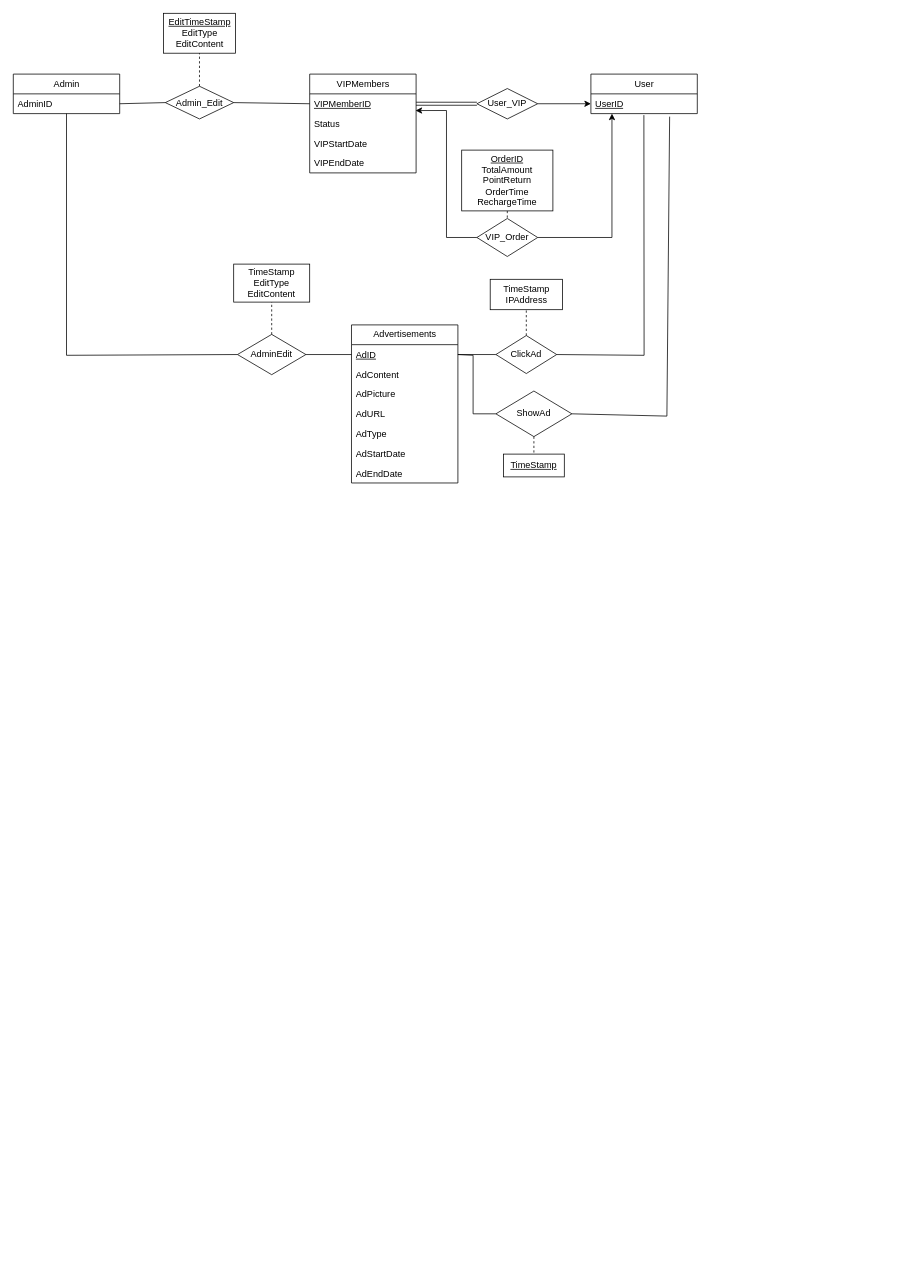
This is Resource/drawios/hjxGroup/第一小组E-R图.drawio from LucasFrancis23213/DatabaseCourseDesign, a draw.io file, before an edit. Source tidied: cells renumbered, new cells numbered last; positions are measured from the earlier drawing's top-left corner, leaving out a move shared by most shapes. Both pictures are drawn from the tidied source at 76%, with x=0, y=0 at pixel (13, 13).
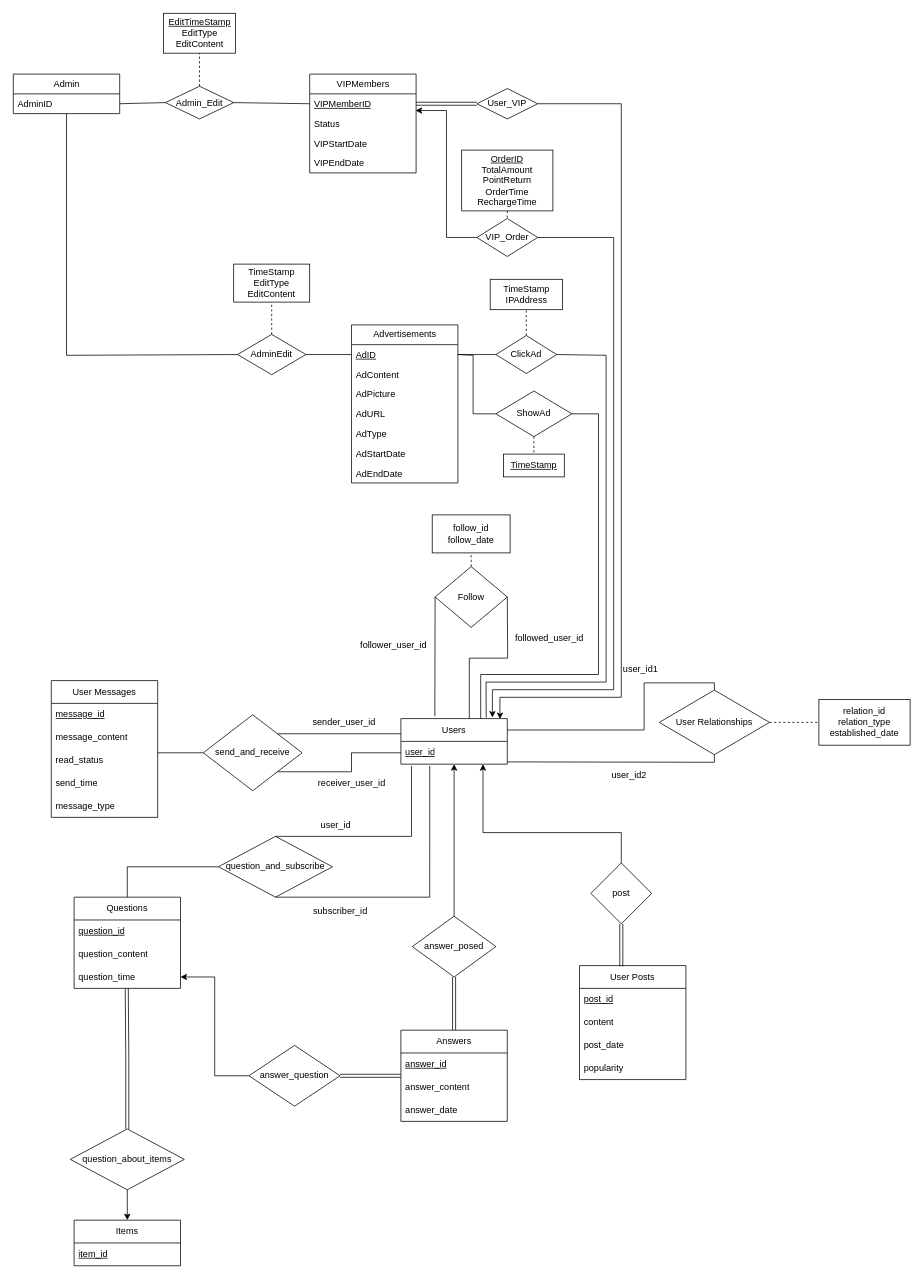
Above is the later version.

The change refers to these unchanged cells:
```xml
<mxCell id="8" value="User_VIP" style="rhombus;whiteSpace=wrap;html=1;" parent="1" vertex="1">
  <mxGeometry x="610" y="99" width="80" height="40" as="geometry" />
</mxCell>
<mxCell id="13" value="VIP_Order" style="rhombus;whiteSpace=wrap;html=1;" parent="1" vertex="1">
  <mxGeometry x="610" y="270" width="80" height="50" as="geometry" />
</mxCell>
<mxCell id="32" value="ShowAd" style="rhombus;whiteSpace=wrap;html=1;" parent="1" vertex="1">
  <mxGeometry x="635" y="497" width="100" height="60" as="geometry" />
</mxCell>
<mxCell id="35" value="ClickAd" style="rhombus;whiteSpace=wrap;html=1;" parent="1" vertex="1">
  <mxGeometry x="635" y="424" width="80" height="50" as="geometry" />
</mxCell>
```

Diff of the diagram source:
```diff
@@
-    <mxCell id="7" style="edgeStyle=orthogonalEdgeStyle;rounded=0;jettySize=auto;html=1;exitX=1;exitY=0.5;exitDx=0;exitDy=0;" parent="1" edge="1" source="8" target="10">
-      <mxGeometry relative="1" as="geometry" />
+    <mxCell id="7" style="edgeStyle=orthogonalEdgeStyle;rounded=0;jettySize=auto;html=1;exitX=1;exitY=0.5;exitDx=0;exitDy=0;entryX=0.931;entryY=0.011;entryDx=0;entryDy=0;entryPerimeter=0;" parent="1" edge="1" source="8" target="47">
+      <mxGeometry relative="1" as="geometry">
+        <Array as="points">
+          <mxPoint x="800" y="119" />
+          <mxPoint x="800" y="900" />
+          <mxPoint x="640" y="900" />
+        </Array>
+      </mxGeometry>
     </mxCell>
@@
-    <mxCell id="9" value="User" style="swimlane;fontStyle=0;horizontal=1;startSize=26;fillColor=none;html=1;" parent="1" vertex="1">
-      <mxGeometry x="760" y="80" width="140" height="52" as="geometry" />
-    </mxCell>
-    <mxCell id="10" value="&lt;u&gt;UserID&lt;/u&gt;" style="text;strokeColor=none;fillColor=none;align=left;verticalAlign=top;spacingLeft=4;spacingRight=4;overflow=hidden;points=[[0,0.5],[1,0.5]];portConstraint=eastwest;whiteSpace=wrap;html=1;" parent="9" vertex="1">
-      <mxGeometry y="26" width="140" height="26" as="geometry" />
-    </mxCell>
-    <mxCell id="11" style="edgeStyle=orthogonalEdgeStyle;rounded=0;jettySize=auto;html=1;exitX=1;exitY=0.5;exitDx=0;exitDy=0;entryX=0.198;entryY=1;entryDx=0;entryDy=0;entryPerimeter=0;" parent="1" edge="1" source="13" target="10">
-      <mxGeometry relative="1" as="geometry" />
+    <mxCell id="11" style="edgeStyle=orthogonalEdgeStyle;rounded=0;jettySize=auto;html=1;exitX=1;exitY=0.5;exitDx=0;exitDy=0;entryX=0.86;entryY=-0.022;entryDx=0;entryDy=0;entryPerimeter=0;" parent="1" edge="1" source="13" target="47">
+      <mxGeometry relative="1" as="geometry">
+        <Array as="points">
+          <mxPoint x="790" y="295" />
+          <mxPoint x="790" y="890" />
+          <mxPoint x="630" y="890" />
+        </Array>
+      </mxGeometry>
     </mxCell>
@@
-    <mxCell id="44" style="endArrow=none;html=1;rounded=0;entryX=0.498;entryY=1.077;entryDx=0;entryDy=0;exitX=1;exitY=0.5;exitDx=0;exitDy=0;entryPerimeter=0;" parent="1" edge="1" source="35" target="10">
+    <mxCell id="44" style="endArrow=none;html=1;rounded=0;entryX=0.802;entryY=-0.022;entryDx=0;entryDy=0;exitX=1;exitY=0.5;exitDx=0;exitDy=0;entryPerimeter=0;" parent="1" edge="1" source="35" target="47">
       <mxGeometry relative="1" as="geometry">
         <Array as="points">
-          <mxPoint x="830" y="450" />
+          <mxPoint x="780" y="450" />
+          <mxPoint x="780" y="880" />
+          <mxPoint x="622" y="880" />
         </Array>
       </mxGeometry>
     </mxCell>
-    <mxCell id="45" style="endArrow=none;html=1;rounded=0;entryX=0.74;entryY=1.154;entryDx=0;entryDy=0;entryPerimeter=0;exitX=1;exitY=0.5;exitDx=0;exitDy=0;" parent="1" edge="1" source="32" target="10">
+    <mxCell id="45" style="endArrow=none;html=1;rounded=0;entryX=0.75;entryY=0;entryDx=0;entryDy=0;exitX=1;exitY=0.5;exitDx=0;exitDy=0;" parent="1" edge="1" source="32" target="47">
       <mxGeometry relative="1" as="geometry">
         <Array as="points">
-          <mxPoint x="860" y="530" />
+          <mxPoint x="770" y="527" />
+          <mxPoint x="770" y="870" />
+          <mxPoint x="615" y="870" />
         </Array>
       </mxGeometry>
     </mxCell>
@@
+    <mxCell id="47" value="Users" style="swimlane;fontStyle=0;horizontal=1;startSize=30;whiteSpace=wrap;html=1;" parent="1" vertex="1">
+      <mxGeometry x="510" y="928" width="140" height="60" as="geometry" />
+    </mxCell>
+    <mxCell id="48" value="&lt;u&gt;user_id&lt;/u&gt;" style="text;strokeColor=none;fillColor=none;align=left;verticalAlign=middle;spacingLeft=4;spacingRight=4;overflow=hidden;points=[[0,0.5],[1,0.5]];portConstraint=eastwest;whiteSpace=wrap;html=1;" parent="47" vertex="1">
+      <mxGeometry y="30" width="140" height="30" as="geometry" />
+    </mxCell>
+    <mxCell id="49" value="User Messages" style="swimlane;fontStyle=0;horizontal=1;startSize=30;whiteSpace=wrap;html=1;" parent="1" vertex="1">
+      <mxGeometry x="50" y="878" width="140" height="180" as="geometry" />
+    </mxCell>
+    <mxCell id="50" value="&lt;u&gt;message_id&lt;/u&gt;" style="text;strokeColor=none;fillColor=none;align=left;verticalAlign=middle;spacingLeft=4;spacingRight=4;overflow=hidden;whiteSpace=wrap;html=1;" parent="49" vertex="1">
+      <mxGeometry y="30" width="140" height="30" as="geometry" />
+    </mxCell>
+    <mxCell id="51" value="message_content" style="text;strokeColor=none;fillColor=none;align=left;verticalAlign=middle;spacingLeft=4;spacingRight=4;overflow=hidden;whiteSpace=wrap;html=1;" parent="49" vertex="1">
+      <mxGeometry y="60" width="140" height="30" as="geometry" />
+    </mxCell>
+    <mxCell id="52" value="read_status" style="text;strokeColor=none;fillColor=none;align=left;verticalAlign=middle;spacingLeft=4;spacingRight=4;overflow=hidden;whiteSpace=wrap;html=1;" parent="49" vertex="1">
+      <mxGeometry y="90" width="140" height="30" as="geometry" />
+    </mxCell>
+    <mxCell id="53" value="send_time" style="text;strokeColor=none;fillColor=none;align=left;verticalAlign=middle;spacingLeft=4;spacingRight=4;overflow=hidden;whiteSpace=wrap;html=1;" parent="49" vertex="1">
+      <mxGeometry y="120" width="140" height="30" as="geometry" />
+    </mxCell>
+    <mxCell id="54" value="message_type" style="text;strokeColor=none;fillColor=none;align=left;verticalAlign=middle;spacingLeft=4;spacingRight=4;overflow=hidden;whiteSpace=wrap;html=1;" parent="49" vertex="1">
+      <mxGeometry y="150" width="140" height="30" as="geometry" />
+    </mxCell>
+    <mxCell id="55" value="send_and_receive" style="rhombus;whiteSpace=wrap;html=1;" parent="1" vertex="1">
+      <mxGeometry x="250" y="923" width="130" height="100" as="geometry" />
+    </mxCell>
+    <mxCell id="56" value="sender_user_id" style="text;html=1;align=center;verticalAlign=middle;strokeColor=none;fillColor=none;" parent="1" vertex="1">
+      <mxGeometry x="380" y="918" width="110" height="30" as="geometry" />
+    </mxCell>
+    <mxCell id="57" value="receiver_user_id" style="text;html=1;align=center;verticalAlign=middle;strokeColor=none;fillColor=none;" parent="1" vertex="1">
+      <mxGeometry x="390" y="998" width="110" height="30" as="geometry" />
+    </mxCell>
+    <mxCell id="58" value="User Posts" style="swimlane;fontStyle=0;horizontal=1;startSize=30;whiteSpace=wrap;html=1;" parent="1" vertex="1">
+      <mxGeometry x="745" y="1253" width="140" height="150" as="geometry" />
+    </mxCell>
+    <mxCell id="59" value="&lt;u&gt;post_id&lt;/u&gt;" style="text;strokeColor=none;fillColor=none;align=left;verticalAlign=middle;spacingLeft=4;spacingRight=4;overflow=hidden;whiteSpace=wrap;html=1;" parent="58" vertex="1">
+      <mxGeometry y="30" width="140" height="30" as="geometry" />
+    </mxCell>
+    <mxCell id="60" value="content" style="text;strokeColor=none;fillColor=none;align=left;verticalAlign=middle;spacingLeft=4;spacingRight=4;overflow=hidden;whiteSpace=wrap;html=1;" parent="58" vertex="1">
+      <mxGeometry y="60" width="140" height="30" as="geometry" />
+    </mxCell>
+    <mxCell id="61" value="post_date" style="text;strokeColor=none;fillColor=none;align=left;verticalAlign=middle;spacingLeft=4;spacingRight=4;overflow=hidden;whiteSpace=wrap;html=1;" parent="58" vertex="1">
+      <mxGeometry y="90" width="140" height="30" as="geometry" />
+    </mxCell>
+    <mxCell id="62" value="popularity" style="text;strokeColor=none;fillColor=none;align=left;verticalAlign=middle;spacingLeft=4;spacingRight=4;overflow=hidden;whiteSpace=wrap;html=1;" parent="58" vertex="1">
+      <mxGeometry y="120" width="140" height="30" as="geometry" />
+    </mxCell>
+    <mxCell id="63" value="post" style="rhombus;whiteSpace=wrap;html=1;" parent="1" vertex="1">
+      <mxGeometry x="760" y="1118" width="80" height="80" as="geometry" />
+    </mxCell>
+    <mxCell id="64" value="User Relationships" style="rhombus;whiteSpace=wrap;html=1;" parent="1" vertex="1">
+      <mxGeometry x="850" y="890.5" width="145" height="85" as="geometry" />
+    </mxCell>
+    <mxCell id="65" value="Questions" style="swimlane;fontStyle=0;horizontal=1;startSize=30;whiteSpace=wrap;html=1;" parent="1" vertex="1">
+      <mxGeometry x="80" y="1163" width="140" height="120" as="geometry" />
+    </mxCell>
+    <mxCell id="66" value="&lt;u&gt;question_id&lt;/u&gt;" style="text;strokeColor=none;fillColor=none;align=left;verticalAlign=middle;spacingLeft=4;spacingRight=4;overflow=hidden;whiteSpace=wrap;html=1;" parent="65" vertex="1">
+      <mxGeometry y="30" width="140" height="30" as="geometry" />
+    </mxCell>
+    <mxCell id="67" value="question_content" style="text;strokeColor=none;fillColor=none;align=left;verticalAlign=middle;spacingLeft=4;spacingRight=4;overflow=hidden;whiteSpace=wrap;html=1;" parent="65" vertex="1">
+      <mxGeometry y="60" width="140" height="30" as="geometry" />
+    </mxCell>
+    <mxCell id="68" value="question_time" style="text;strokeColor=none;fillColor=none;align=left;verticalAlign=middle;spacingLeft=4;spacingRight=4;overflow=hidden;points=[[0,0.5],[1,0.5]];portConstraint=eastwest;whiteSpace=wrap;html=1;" parent="65" vertex="1">
+      <mxGeometry y="90" width="140" height="30" as="geometry" />
+    </mxCell>
+    <mxCell id="69" value="Answers" style="swimlane;fontStyle=0;horizontal=1;startSize=30;whiteSpace=wrap;html=1;" parent="1" vertex="1">
+      <mxGeometry x="510" y="1338" width="140" height="120" as="geometry" />
+    </mxCell>
+    <mxCell id="70" value="&lt;u&gt;answer_id&lt;/u&gt;" style="text;strokeColor=none;fillColor=none;align=left;verticalAlign=middle;spacingLeft=4;spacingRight=4;overflow=hidden;whiteSpace=wrap;html=1;" parent="69" vertex="1">
+      <mxGeometry y="30" width="140" height="30" as="geometry" />
+    </mxCell>
+    <mxCell id="71" value="answer_content" style="text;strokeColor=none;fillColor=none;align=left;verticalAlign=middle;spacingLeft=4;spacingRight=4;overflow=hidden;whiteSpace=wrap;html=1;" parent="69" vertex="1">
+      <mxGeometry y="60" width="140" height="30" as="geometry" />
+    </mxCell>
+    <mxCell id="72" value="answer_date" style="text;strokeColor=none;fillColor=none;align=left;verticalAlign=middle;spacingLeft=4;spacingRight=4;overflow=hidden;whiteSpace=wrap;html=1;" parent="69" vertex="1">
+      <mxGeometry y="90" width="140" height="30" as="geometry" />
+    </mxCell>
+    <mxCell id="73" value="question_and_subscribe" style="rhombus;whiteSpace=wrap;html=1;" parent="1" vertex="1">
+      <mxGeometry x="270" y="1083" width="150" height="80" as="geometry" />
+    </mxCell>
+    <mxCell id="74" style="edgeStyle=orthogonalEdgeStyle;rounded=0;jettySize=auto;html=1;exitX=0.5;exitY=1;exitDx=0;exitDy=0;entryX=0.5;entryY=0;entryDx=0;entryDy=0;shape=link;" parent="1" edge="1" source="75" target="69">
+      <mxGeometry relative="1" as="geometry" />
+    </mxCell>
+    <mxCell id="75" value="answer_posed" style="rhombus;whiteSpace=wrap;html=1;" parent="1" vertex="1">
+      <mxGeometry x="525" y="1188" width="110" height="80" as="geometry" />
+    </mxCell>
+    <mxCell id="76" style="edgeStyle=orthogonalEdgeStyle;rounded=0;jettySize=auto;html=1;exitX=0;exitY=0.5;exitDx=0;exitDy=0;entryX=1;entryY=0.5;entryDx=0;entryDy=0;" parent="1" edge="1" source="78" target="68">
+      <mxGeometry relative="1" as="geometry" />
+    </mxCell>
+    <mxCell id="77" style="edgeStyle=orthogonalEdgeStyle;rounded=0;jettySize=auto;html=1;exitX=1;exitY=0.5;exitDx=0;exitDy=0;entryX=0;entryY=0.5;entryDx=0;entryDy=0;shape=link;" parent="1" edge="1" source="78" target="69">
+      <mxGeometry relative="1" as="geometry" />
+    </mxCell>
+    <mxCell id="78" value="answer_question" style="rhombus;whiteSpace=wrap;html=1;" parent="1" vertex="1">
+      <mxGeometry x="310" y="1358" width="120" height="80" as="geometry" />
+    </mxCell>
+    <mxCell id="79" value="Items" style="swimlane;fontStyle=0;horizontal=1;startSize=30;whiteSpace=wrap;html=1;" parent="1" vertex="1">
+      <mxGeometry x="80" y="1588" width="140" height="60" as="geometry" />
+    </mxCell>
+    <mxCell id="80" value="&lt;u&gt;item_id&lt;/u&gt;" style="text;strokeColor=none;fillColor=none;align=left;verticalAlign=middle;spacingLeft=4;spacingRight=4;overflow=hidden;whiteSpace=wrap;html=1;" parent="79" vertex="1">
+      <mxGeometry y="30" width="140" height="30" as="geometry" />
+    </mxCell>
+    <mxCell id="81" style="edgeStyle=orthogonalEdgeStyle;rounded=0;jettySize=auto;html=1;exitX=0.5;exitY=1;exitDx=0;exitDy=0;entryX=0.5;entryY=0;entryDx=0;entryDy=0;" parent="1" edge="1" source="82" target="79">
+      <mxGeometry relative="1" as="geometry" />
+    </mxCell>
+    <mxCell id="82" value="question_about_items" style="rhombus;whiteSpace=wrap;html=1;" parent="1" vertex="1">
+      <mxGeometry x="75" y="1468" width="150" height="80" as="geometry" />
+    </mxCell>
+    <mxCell id="83" style="edgeStyle=orthogonalEdgeStyle;rounded=0;jettySize=auto;html=1;exitX=0.5;exitY=0;exitDx=0;exitDy=0;" parent="1" edge="1" source="63">
+      <mxGeometry relative="1" as="geometry">
+        <mxPoint x="618" y="988" as="targetPoint" />
+        <Array as="points">
+          <mxPoint x="800" y="1078" />
+          <mxPoint x="618" y="1078" />
+        </Array>
+      </mxGeometry>
+    </mxCell>
+    <mxCell id="84" style="edgeStyle=orthogonalEdgeStyle;rounded=0;jettySize=auto;html=1;exitX=0.5;exitY=0;exitDx=0;exitDy=0;" parent="1" edge="1" source="75">
+      <mxGeometry relative="1" as="geometry">
+        <mxPoint x="580" y="988" as="targetPoint" />
+        <Array as="points">
+          <mxPoint x="580" y="988" />
+        </Array>
+      </mxGeometry>
+    </mxCell>
+    <mxCell id="85" style="edgeStyle=orthogonalEdgeStyle;rounded=0;jettySize=auto;html=1;exitX=0.5;exitY=1;exitDx=0;exitDy=0;entryX=0.393;entryY=0.007;entryDx=0;entryDy=0;entryPerimeter=0;shape=link;" parent="1" edge="1" source="63" target="58">
+      <mxGeometry relative="1" as="geometry" />
+    </mxCell>
+    <mxCell id="86" style="edgeStyle=orthogonalEdgeStyle;rounded=0;jettySize=auto;html=1;exitX=0.5;exitY=0;exitDx=0;exitDy=0;entryX=0.495;entryY=0.989;entryDx=0;entryDy=0;entryPerimeter=0;shape=link;" parent="1" edge="1" source="82" target="68">
+      <mxGeometry relative="1" as="geometry" />
+    </mxCell>
+    <mxCell id="87" style="endArrow=none;html=1;rounded=0;entryX=1;entryY=0.25;entryDx=0;entryDy=0;exitX=0.5;exitY=0;exitDx=0;exitDy=0;edgeStyle=orthogonalEdgeStyle;" parent="1" edge="1" source="64" target="47">
+      <mxGeometry relative="1" as="geometry">
+        <Array as="points">
+          <mxPoint x="923" y="881" />
+          <mxPoint x="830" y="881" />
+          <mxPoint x="830" y="943" />
+        </Array>
+      </mxGeometry>
+    </mxCell>
+    <mxCell id="88" style="endArrow=none;html=1;rounded=0;entryX=0.5;entryY=1;entryDx=0;entryDy=0;edgeStyle=orthogonalEdgeStyle;" parent="1" edge="1" target="64">
+      <mxGeometry relative="1" as="geometry">
+        <mxPoint x="650" y="985" as="sourcePoint" />
+      </mxGeometry>
+    </mxCell>
+    <mxCell id="89" value="user_id1" style="text;html=1;align=center;verticalAlign=middle;strokeColor=none;fillColor=none;" parent="1" vertex="1">
+      <mxGeometry x="790" y="848" width="70" height="30" as="geometry" />
+    </mxCell>
+    <mxCell id="90" value="user_id2" style="text;html=1;align=center;verticalAlign=middle;strokeColor=none;fillColor=none;" parent="1" vertex="1">
+      <mxGeometry x="775" y="988" width="70" height="30" as="geometry" />
+    </mxCell>
+    <mxCell id="91" value="Follow" style="rhombus;whiteSpace=wrap;html=1;" parent="1" vertex="1">
+      <mxGeometry x="555" y="728" width="95" height="80" as="geometry" />
+    </mxCell>
+    <mxCell id="92" style="endArrow=none;html=1;rounded=0;exitX=0.319;exitY=-0.05;exitDx=0;exitDy=0;exitPerimeter=0;" parent="1" edge="1" source="47">
+      <mxGeometry relative="1" as="geometry">
+        <mxPoint x="555" y="768" as="targetPoint" />
+      </mxGeometry>
+    </mxCell>
+    <mxCell id="93" style="endArrow=none;html=1;rounded=0;exitX=0.643;exitY=0;exitDx=0;exitDy=0;exitPerimeter=0;edgeStyle=orthogonalEdgeStyle;" parent="1" edge="1" source="47">
+      <mxGeometry relative="1" as="geometry">
+        <mxPoint x="650" y="768" as="targetPoint" />
+      </mxGeometry>
+    </mxCell>
+    <mxCell id="94" value="follower_user_id" style="text;html=1;align=center;verticalAlign=middle;strokeColor=none;fillColor=none;" parent="1" vertex="1">
+      <mxGeometry x="445" y="816" width="110" height="30" as="geometry" />
+    </mxCell>
+    <mxCell id="95" value="followed_user_id" style="text;html=1;align=center;verticalAlign=middle;strokeColor=none;fillColor=none;" parent="1" vertex="1">
+      <mxGeometry x="650" y="808" width="110" height="30" as="geometry" />
+    </mxCell>
+    <mxCell id="96" style="endArrow=none;dashed=1;html=1;rounded=0;exitX=1;exitY=0.5;exitDx=0;exitDy=0;entryX=0;entryY=0.472;entryDx=0;entryDy=0;entryPerimeter=0;" parent="1" edge="1" source="64">
+      <mxGeometry relative="1" as="geometry">
+        <mxPoint x="1060" y="933" as="targetPoint" />
+      </mxGeometry>
+    </mxCell>
+    <mxCell id="97" value="relation_id&lt;div&gt;relation_type&lt;/div&gt;&lt;div&gt;established_date&lt;/div&gt;" style="rounded=0;whiteSpace=wrap;html=1;" parent="1" vertex="1">
+      <mxGeometry x="1060" y="903" width="120" height="60" as="geometry" />
+    </mxCell>
+    <mxCell id="98" value="follow_id&lt;div&gt;follow_date&lt;/div&gt;" style="rounded=0;whiteSpace=wrap;html=1;" parent="1" vertex="1">
+      <mxGeometry x="551.2" y="660" width="102.5" height="50" as="geometry" />
+    </mxCell>
+    <mxCell id="99" style="endArrow=none;dashed=1;html=1;rounded=0;entryX=0.5;entryY=1;entryDx=0;entryDy=0;exitX=0.5;exitY=0;exitDx=0;exitDy=0;" parent="1" edge="1" source="91" target="98">
+      <mxGeometry relative="1" as="geometry" />
+    </mxCell>
+    <mxCell id="100" style="endArrow=none;html=1;rounded=0;entryX=0;entryY=0.333;entryDx=0;entryDy=0;exitX=1;exitY=0;exitDx=0;exitDy=0;entryPerimeter=0;" parent="1" edge="1" source="55" target="47">
+      <mxGeometry relative="1" as="geometry" />
+    </mxCell>
+    <mxCell id="101" style="endArrow=none;html=1;rounded=0;entryX=0;entryY=0.5;entryDx=0;entryDy=0;exitX=1;exitY=1;exitDx=0;exitDy=0;edgeStyle=orthogonalEdgeStyle;" parent="1" edge="1" source="55" target="48">
+      <mxGeometry relative="1" as="geometry" />
+    </mxCell>
+    <mxCell id="102" style="endArrow=none;html=1;rounded=0;entryX=0.1;entryY=1.078;entryDx=0;entryDy=0;entryPerimeter=0;exitX=0.5;exitY=0;exitDx=0;exitDy=0;edgeStyle=orthogonalEdgeStyle;" parent="1" edge="1" source="73" target="48">
+      <mxGeometry relative="1" as="geometry">
+        <Array as="points">
+          <mxPoint x="524" y="1083" />
+        </Array>
+      </mxGeometry>
+    </mxCell>
+    <mxCell id="103" style="endArrow=none;html=1;rounded=0;exitX=0.5;exitY=1;exitDx=0;exitDy=0;entryX=0.271;entryY=1.078;entryDx=0;entryDy=0;entryPerimeter=0;edgeStyle=orthogonalEdgeStyle;" parent="1" edge="1" source="73" target="48">
+      <mxGeometry relative="1" as="geometry">
+        <Array as="points">
+          <mxPoint x="548" y="1163" />
+        </Array>
+      </mxGeometry>
+    </mxCell>
+    <mxCell id="104" value="user_id" style="text;html=1;align=center;verticalAlign=middle;strokeColor=none;fillColor=none;" parent="1" vertex="1">
+      <mxGeometry x="394" y="1053" width="60" height="30" as="geometry" />
+    </mxCell>
+    <mxCell id="105" value="subscriber_id" style="text;html=1;align=center;verticalAlign=middle;strokeColor=none;fillColor=none;" parent="1" vertex="1">
+      <mxGeometry x="385" y="1166" width="90" height="30" as="geometry" />
+    </mxCell>
+    <mxCell id="106" style="endArrow=none;html=1;rounded=0;entryX=0;entryY=0.5;entryDx=0;entryDy=0;exitX=0.5;exitY=0;exitDx=0;exitDy=0;edgeStyle=orthogonalEdgeStyle;" parent="1" edge="1" source="65" target="73">
+      <mxGeometry relative="1" as="geometry" />
+    </mxCell>
+    <mxCell id="107" style="endArrow=none;html=1;rounded=0;entryX=0;entryY=0.5;entryDx=0;entryDy=0;" parent="1" edge="1" target="55">
+      <mxGeometry relative="1" as="geometry">
+        <mxPoint x="190" y="973" as="sourcePoint" />
+      </mxGeometry>
+    </mxCell>
```
